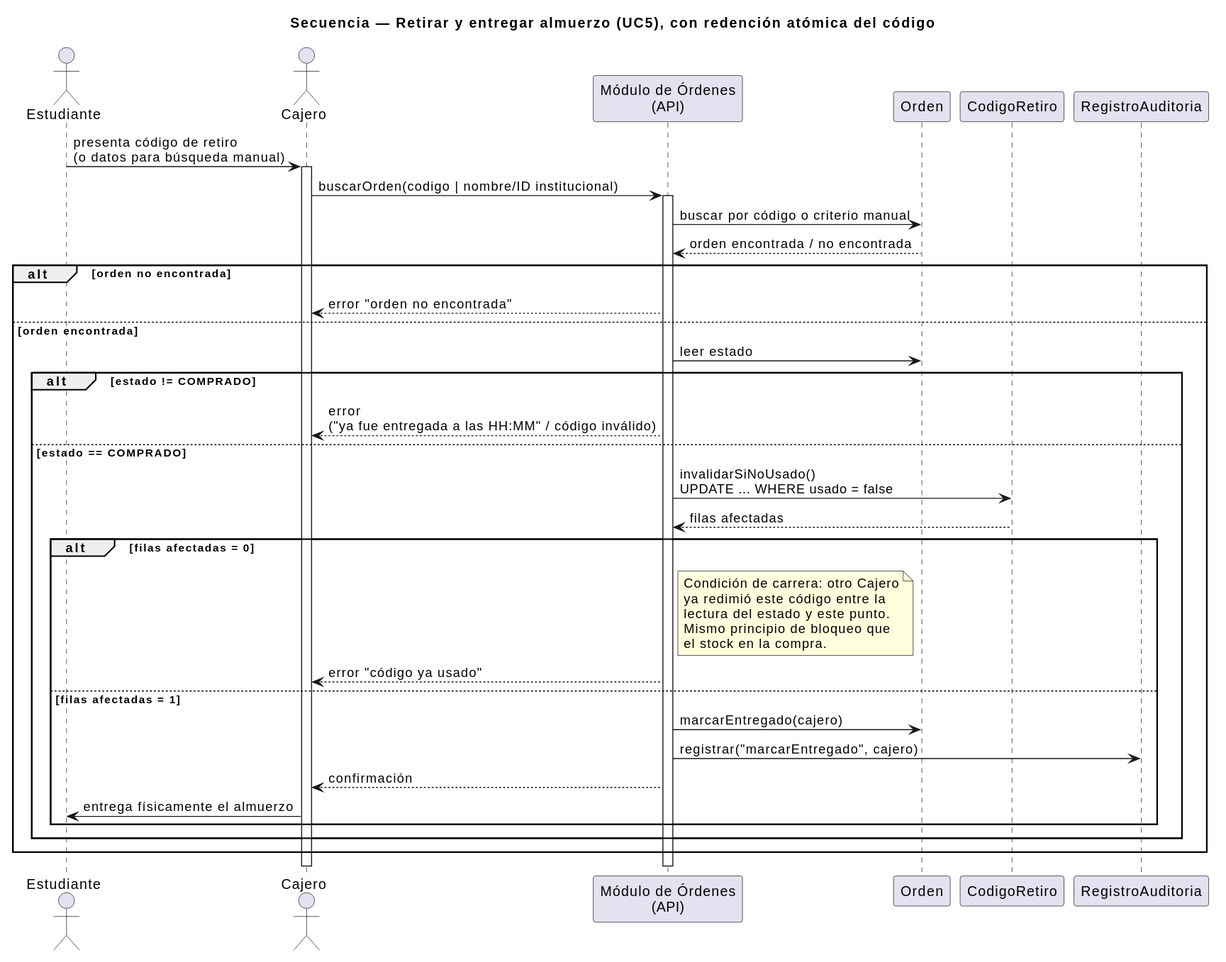
The PlantUML diagram uml/secuencia-retiro-entrega.svg in Jesus-JB/aliflow, before a commit.
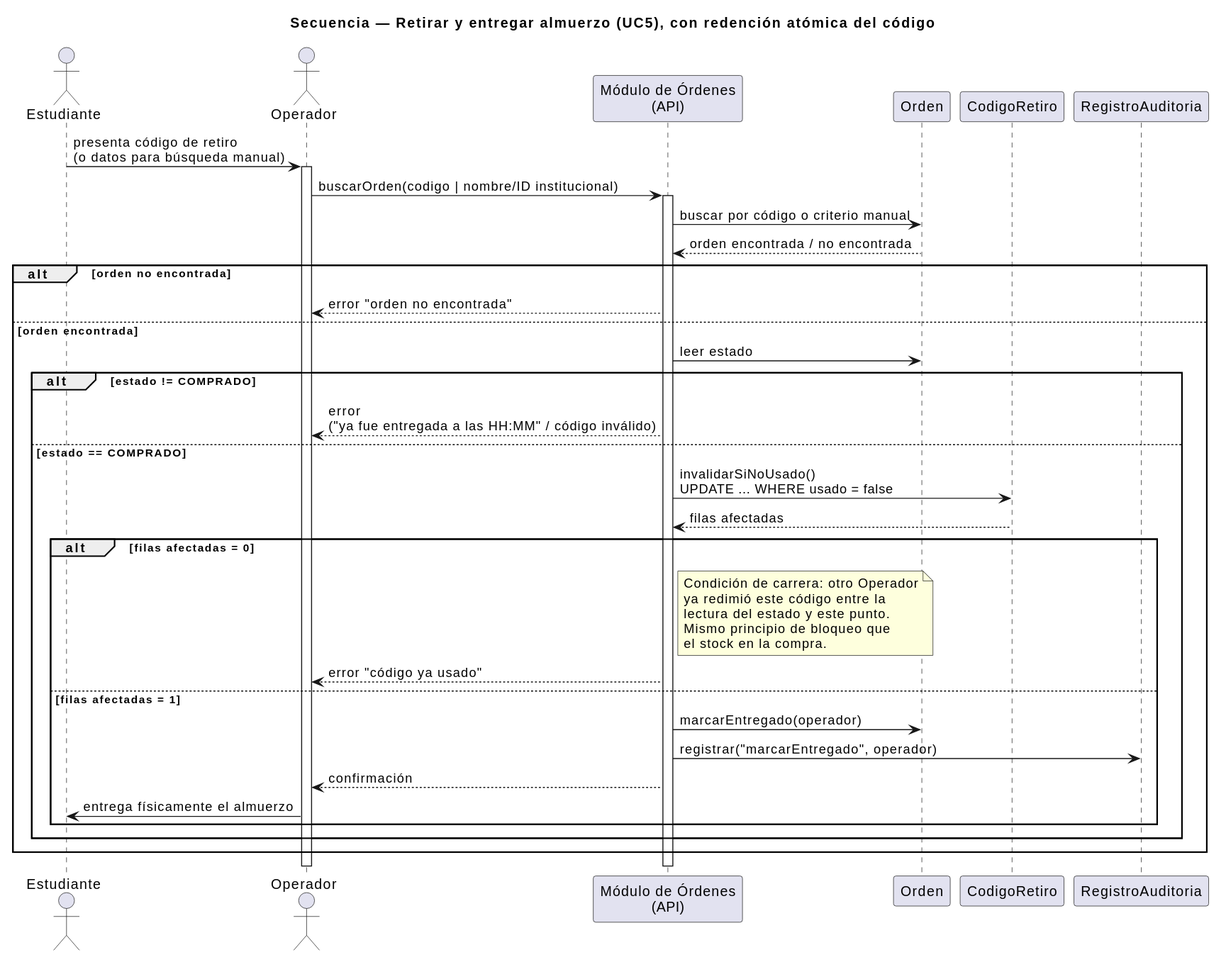
After the change.

Diff of the diagram source:
```diff
@@ -2,49 +2,49 @@
 title Secuencia — Retirar y entregar almuerzo (UC5), con redención atómica del código
 
 actor Estudiante
-actor Cajero
+actor Operador
 participant "Módulo de Órdenes\n(API)" as API
 participant "Orden" as Orden
 participant "CodigoRetiro" as Codigo
 participant "RegistroAuditoria" as Audit
 
-Estudiante -> Cajero : presenta código de retiro\n(o datos para búsqueda manual)
-activate Cajero
+Estudiante -> Operador : presenta código de retiro\n(o datos para búsqueda manual)
+activate Operador
 
-Cajero -> API : buscarOrden(codigo | nombre/ID institucional)
+Operador -> API : buscarOrden(codigo | nombre/ID institucional)
 activate API
 
 API -> Orden : buscar por código o criterio manual
 Orden --> API : orden encontrada / no encontrada
 
 alt orden no encontrada
-  API --> Cajero : error "orden no encontrada"
+  API --> Operador : error "orden no encontrada"
 else orden encontrada
   API -> Orden : leer estado
   alt estado != COMPRADO
-    API --> Cajero : error\n("ya fue entregada a las HH:MM" / código inválido)
+    API --> Operador : error\n("ya fue entregada a las HH:MM" / código inválido)
   else estado == COMPRADO
     API -> Codigo : invalidarSiNoUsado()\nUPDATE ... WHERE usado = false
     Codigo --> API : filas afectadas
 
     alt filas afectadas = 0
       note right of API
-        Condición de carrera: otro Cajero
+        Condición de carrera: otro Operador
         ya redimió este código entre la
         lectura del estado y este punto.
         Mismo principio de bloqueo que
         el stock en la compra.
       end note
-      API --> Cajero : error "código ya usado"
+      API --> Operador : error "código ya usado"
     else filas afectadas = 1
-      API -> Orden : marcarEntregado(cajero)
-      API -> Audit : registrar("marcarEntregado", cajero)
-      API --> Cajero : confirmación
-      Cajero -> Estudiante : entrega físicamente el almuerzo
+      API -> Orden : marcarEntregado(operador)
+      API -> Audit : registrar("marcarEntregado", operador)
+      API --> Operador : confirmación
+      Operador -> Estudiante : entrega físicamente el almuerzo
     end
   end
 end
 
 deactivate API
-deactivate Cajero
+deactivate Operador
 @enduml
```
